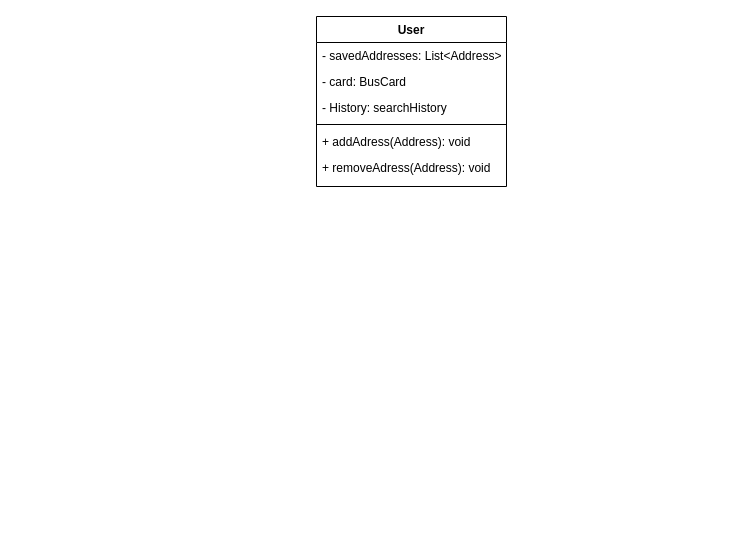
Before: page "Class" (2 of 3) of diagrams.drawio in ProyectoFinalSoftwareModeling/SmartCommute, a draw.io diagram. Source tidied: cells renumbered, new cells numbered last; positions are measured from the earlier drawing's top-left corner, leaving out a move shared by most shapes. Both pictures are drawn from the tidied source at 100%, with x=0, y=0 at pixel (316, 16).
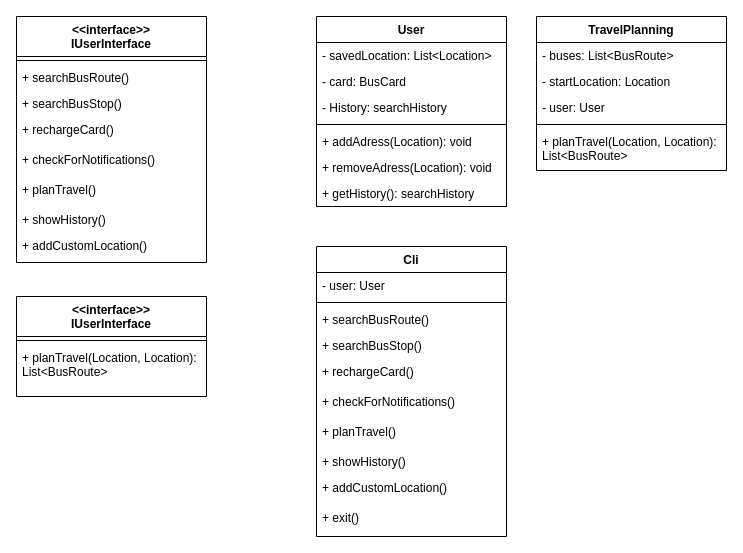
Above is the later version.

Commit message (it also covers changes not shown here):
CRC: Address -> Location, ClassDiagram: addded IUserInterface, ITripPlanner

Change to the diagram source:
```diff
@@
     <mxCell id="2" value="User" style="swimlane;fontStyle=1;align=center;verticalAlign=top;horizontal=1;startSize=26;rounded=0;shadow=0;strokeWidth=1;" parent="1" vertex="1">
-      <mxGeometry width="190" height="170" as="geometry" />
+      <mxGeometry width="190" height="190" as="geometry" />
     </mxCell>
-    <mxCell id="3" value="- savedAddresses: List&lt;Address&gt;" style="text;align=left;verticalAlign=top;spacingLeft=4;spacingRight=4;overflow=hidden;rounded=0;shadow=0;html=0;" parent="2" vertex="1">
+    <mxCell id="3" value="- savedLocation: List&lt;Location&gt;" style="text;align=left;verticalAlign=top;spacingLeft=4;spacingRight=4;overflow=hidden;rounded=0;shadow=0;html=0;" parent="2" vertex="1">
       <mxGeometry y="26" width="190" height="26" as="geometry" />
     </mxCell>
@@
-    <mxCell id="7" value="+ addAdress(Address): void" style="text;align=left;verticalAlign=top;spacingLeft=4;spacingRight=4;overflow=hidden;" parent="2" vertex="1">
+    <mxCell id="7" value="+ addAdress(Location): void" style="text;align=left;verticalAlign=top;spacingLeft=4;spacingRight=4;overflow=hidden;" parent="2" vertex="1">
       <mxGeometry y="112" width="190" height="26" as="geometry" />
     </mxCell>
-    <mxCell id="8" value="+ removeAdress(Address): void" style="text;align=left;verticalAlign=top;spacingLeft=4;spacingRight=4;overflow=hidden;" parent="2" vertex="1">
+    <mxCell id="8" value="+ removeAdress(Location): void" style="text;align=left;verticalAlign=top;spacingLeft=4;spacingRight=4;overflow=hidden;" parent="2" vertex="1">
       <mxGeometry y="138" width="190" height="26" as="geometry" />
     </mxCell>
+    <mxCell id="9" value="+ getHistory(): searchHistory" style="text;align=left;verticalAlign=top;spacingLeft=4;spacingRight=4;overflow=hidden;" parent="2" vertex="1">
+      <mxGeometry y="164" width="190" height="26" as="geometry" />
+    </mxCell>
+    <mxCell id="10" value="&lt;&lt;interface&gt;&gt;&#10;IUserInterface" style="swimlane;fontStyle=1;align=center;verticalAlign=top;horizontal=1;startSize=40;rounded=0;shadow=0;strokeWidth=1;" parent="1" vertex="1">
+      <mxGeometry x="-300" width="190" height="246" as="geometry" />
+    </mxCell>
+    <mxCell id="11" style="line;html=1;strokeWidth=1;align=left;verticalAlign=middle;spacingTop=-1;spacingLeft=3;spacingRight=3;labelPosition=right;" parent="10" vertex="1">
+      <mxGeometry y="40" width="190" height="8" as="geometry" />
+    </mxCell>
+    <mxCell id="12" value="+ searchBusRoute()" style="text;align=left;verticalAlign=top;spacingLeft=4;spacingRight=4;overflow=hidden;" parent="10" vertex="1">
+      <mxGeometry y="48" width="190" height="26" as="geometry" />
+    </mxCell>
+    <mxCell id="13" value="+ searchBusStop()" style="text;align=left;verticalAlign=top;spacingLeft=4;spacingRight=4;overflow=hidden;" parent="10" vertex="1">
+      <mxGeometry y="74" width="190" height="26" as="geometry" />
+    </mxCell>
+    <mxCell id="14" value="+ rechargeCard()" style="text;align=left;verticalAlign=top;spacingLeft=4;spacingRight=4;overflow=hidden;" parent="10" vertex="1">
+      <mxGeometry y="100" width="190" height="30" as="geometry" />
+    </mxCell>
+    <mxCell id="15" value="+ checkForNotifications()" style="text;align=left;verticalAlign=top;spacingLeft=4;spacingRight=4;overflow=hidden;" parent="10" vertex="1">
+      <mxGeometry y="130" width="190" height="30" as="geometry" />
+    </mxCell>
+    <mxCell id="16" value="+ planTravel()&#10;" style="text;align=left;verticalAlign=top;spacingLeft=4;spacingRight=4;overflow=hidden;" parent="10" vertex="1">
+      <mxGeometry y="160" width="190" height="30" as="geometry" />
+    </mxCell>
+    <mxCell id="17" value="+ showHistory()" style="text;align=left;verticalAlign=top;spacingLeft=4;spacingRight=4;overflow=hidden;" parent="10" vertex="1">
+      <mxGeometry y="190" width="190" height="26" as="geometry" />
+    </mxCell>
+    <mxCell id="18" value="+ addCustomLocation()" style="text;align=left;verticalAlign=top;spacingLeft=4;spacingRight=4;overflow=hidden;" parent="10" vertex="1">
+      <mxGeometry y="216" width="190" height="30" as="geometry" />
+    </mxCell>
+    <mxCell id="19" value="Cli" style="swimlane;fontStyle=1;align=center;verticalAlign=top;horizontal=1;startSize=26;rounded=0;shadow=0;strokeWidth=1;" parent="1" vertex="1">
+      <mxGeometry y="230" width="190" height="290" as="geometry" />
+    </mxCell>
+    <mxCell id="20" value="- user: User" style="text;align=left;verticalAlign=top;spacingLeft=4;spacingRight=4;overflow=hidden;rounded=0;shadow=0;html=0;" parent="19" vertex="1">
+      <mxGeometry y="26" width="190" height="26" as="geometry" />
+    </mxCell>
+    <mxCell id="21" style="line;html=1;strokeWidth=1;align=left;verticalAlign=middle;spacingTop=-1;spacingLeft=3;spacingRight=3;labelPosition=right;" parent="19" vertex="1">
+      <mxGeometry y="52" width="190" height="8" as="geometry" />
+    </mxCell>
+    <mxCell id="22" value="+ searchBusRoute()" style="text;align=left;verticalAlign=top;spacingLeft=4;spacingRight=4;overflow=hidden;" parent="19" vertex="1">
+      <mxGeometry y="60" width="190" height="26" as="geometry" />
+    </mxCell>
+    <mxCell id="23" value="+ searchBusStop()" style="text;align=left;verticalAlign=top;spacingLeft=4;spacingRight=4;overflow=hidden;" parent="19" vertex="1">
+      <mxGeometry y="86" width="190" height="26" as="geometry" />
+    </mxCell>
+    <mxCell id="24" value="+ rechargeCard()" style="text;align=left;verticalAlign=top;spacingLeft=4;spacingRight=4;overflow=hidden;" parent="19" vertex="1">
+      <mxGeometry y="112" width="190" height="30" as="geometry" />
+    </mxCell>
+    <mxCell id="25" value="+ checkForNotifications()" style="text;align=left;verticalAlign=top;spacingLeft=4;spacingRight=4;overflow=hidden;" parent="19" vertex="1">
+      <mxGeometry y="142" width="190" height="30" as="geometry" />
+    </mxCell>
+    <mxCell id="26" value="+ planTravel()&#10;" style="text;align=left;verticalAlign=top;spacingLeft=4;spacingRight=4;overflow=hidden;" parent="19" vertex="1">
+      <mxGeometry y="172" width="190" height="30" as="geometry" />
+    </mxCell>
+    <mxCell id="27" value="+ showHistory()" style="text;align=left;verticalAlign=top;spacingLeft=4;spacingRight=4;overflow=hidden;" parent="19" vertex="1">
+      <mxGeometry y="202" width="190" height="26" as="geometry" />
+    </mxCell>
+    <mxCell id="28" value="+ addCustomLocation()" style="text;align=left;verticalAlign=top;spacingLeft=4;spacingRight=4;overflow=hidden;" parent="19" vertex="1">
+      <mxGeometry y="228" width="190" height="30" as="geometry" />
+    </mxCell>
+    <mxCell id="29" value="+ exit()&#10;" style="text;align=left;verticalAlign=top;spacingLeft=4;spacingRight=4;overflow=hidden;" parent="19" vertex="1">
+      <mxGeometry y="258" width="190" height="26" as="geometry" />
+    </mxCell>
+    <mxCell id="30" value="&lt;&lt;interface&gt;&gt;&#10;IUserInterface" style="swimlane;fontStyle=1;align=center;verticalAlign=top;horizontal=1;startSize=40;rounded=0;shadow=0;strokeWidth=1;" parent="1" vertex="1">
+      <mxGeometry x="-300" y="280" width="190" height="100" as="geometry" />
+    </mxCell>
+    <mxCell id="31" style="line;html=1;strokeWidth=1;align=left;verticalAlign=middle;spacingTop=-1;spacingLeft=3;spacingRight=3;labelPosition=right;" parent="30" vertex="1">
+      <mxGeometry y="40" width="190" height="8" as="geometry" />
+    </mxCell>
+    <mxCell id="32" value="+ planTravel(Location, Location): &#10;List&lt;BusRoute&gt;" style="text;align=left;verticalAlign=top;spacingLeft=4;spacingRight=4;overflow=hidden;" parent="30" vertex="1">
+      <mxGeometry y="48" width="190" height="42" as="geometry" />
+    </mxCell>
+    <mxCell id="33" value="TravelPlanning" style="swimlane;fontStyle=1;align=center;verticalAlign=top;horizontal=1;startSize=26;rounded=0;shadow=0;strokeWidth=1;" parent="1" vertex="1">
+      <mxGeometry x="220" width="190" height="154" as="geometry" />
+    </mxCell>
+    <mxCell id="34" value="- buses: List&lt;BusRoute&gt;" style="text;align=left;verticalAlign=top;spacingLeft=4;spacingRight=4;overflow=hidden;rounded=0;shadow=0;html=0;" parent="33" vertex="1">
+      <mxGeometry y="26" width="190" height="26" as="geometry" />
+    </mxCell>
+    <mxCell id="35" value="- startLocation: Location" style="text;align=left;verticalAlign=top;spacingLeft=4;spacingRight=4;overflow=hidden;rounded=0;shadow=0;html=0;" parent="33" vertex="1">
+      <mxGeometry y="52" width="190" height="26" as="geometry" />
+    </mxCell>
+    <mxCell id="36" value="- user: User" style="text;align=left;verticalAlign=top;spacingLeft=4;spacingRight=4;overflow=hidden;rounded=0;shadow=0;html=0;" parent="33" vertex="1">
+      <mxGeometry y="78" width="190" height="26" as="geometry" />
+    </mxCell>
+    <mxCell id="37" style="line;html=1;strokeWidth=1;align=left;verticalAlign=middle;spacingTop=-1;spacingLeft=3;spacingRight=3;labelPosition=right;" parent="33" vertex="1">
+      <mxGeometry y="104" width="190" height="8" as="geometry" />
+    </mxCell>
+    <mxCell id="38" value="+ planTravel(Location, Location): &#10;List&lt;BusRoute&gt;" style="text;align=left;verticalAlign=top;spacingLeft=4;spacingRight=4;overflow=hidden;" parent="33" vertex="1">
+      <mxGeometry y="112" width="190" height="42" as="geometry" />
+    </mxCell>
```
